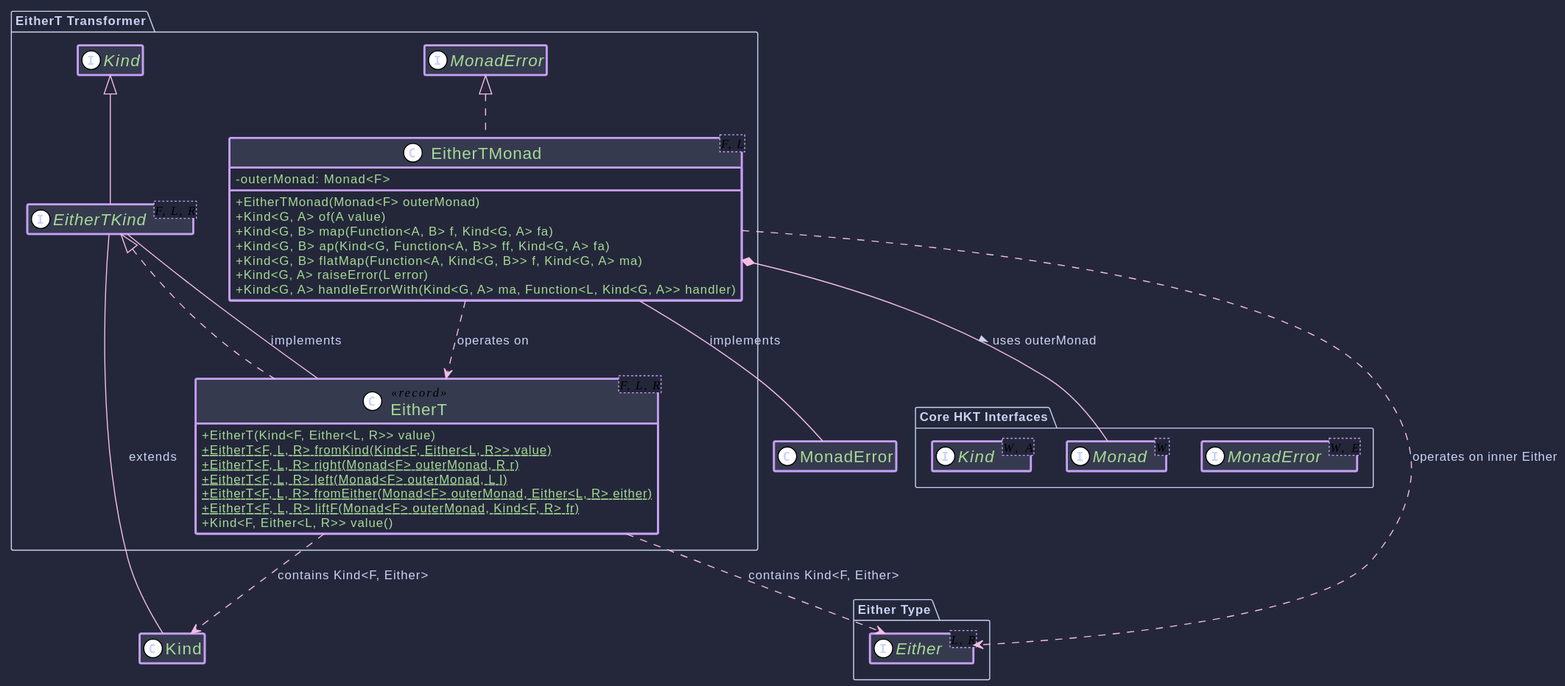
The PlantUML diagram docs/puml/eithert_transformer.svg in higher-kinded-j/higher-kinded-j, before a commit. Its diagram source:
```plantuml
@startuml
!theme plain
!include https://raw.githubusercontent.com/ncosta-ic/catppuccin-macchiato-plantuml-theme/main/theme.puml
skinparam classAttributeIconSize 0
skinparam defaultFontName "Roboto, Helvetica"
hide empty members

package "Core HKT Interfaces" {
    interface Kind<W, A>
    interface Monad<W>
    interface MonadError<W, E>
}

package "Either Type" {
     interface Either<L, R>
}

package "EitherT Transformer" {
    interface EitherTKind<F, L, R> extends Kind<EitherTKind<F, L, ?>, R> {
    }

    class EitherT<F, L, R> <<record>> implements EitherTKind<F, L, R> {
     + EitherT(Kind<F, Either<L, R>> value)
        + {static} EitherT<F, L, R> fromKind(Kind<F, Either<L, R>> value)
        + {static} EitherT<F, L, R> right(Monad<F> outerMonad, R r)
        + {static} EitherT<F, L, R> left(Monad<F> outerMonad, L l)
        + {static} EitherT<F, L, R> fromEither(Monad<F> outerMonad, Either<L, R> either)
        + {static} EitherT<F, L, R> liftF(Monad<F> outerMonad, Kind<F, R> fr)
        + Kind<F, Either<L, R>> value()
    }

    class EitherTMonad<F, L> implements MonadError<EitherTKind<F, L, ?>, L> {
        - outerMonad: Monad<F>
        + EitherTMonad(Monad<F> outerMonad)
        + Kind<G, A> of(A value)
        + Kind<G, B> map(Function<A, B> f, Kind<G, A> fa)
        + Kind<G, B> ap(Kind<G, Function<A, B>> ff, Kind<G, A> fa)
        + Kind<G, B> flatMap(Function<A, Kind<G, B>> f, Kind<G, A> ma)
        + Kind<G, A> raiseError(L error)
        + Kind<G, A> handleErrorWith(Kind<G, A> ma, Function<L, Kind<G, A>> handler)
    }
}


EitherTKind -- Kind : extends
EitherT -- EitherTKind : implements
EitherTMonad -- MonadError : implements

EitherTMonad *-- Monad : uses outerMonad >
EitherT ..> Kind : contains Kind<F, Either>
EitherT ..> Either : contains Kind<F, Either>
EitherTMonad ..> EitherT : operates on
EitherTMonad ..> Either : operates on inner Either
@enduml
```
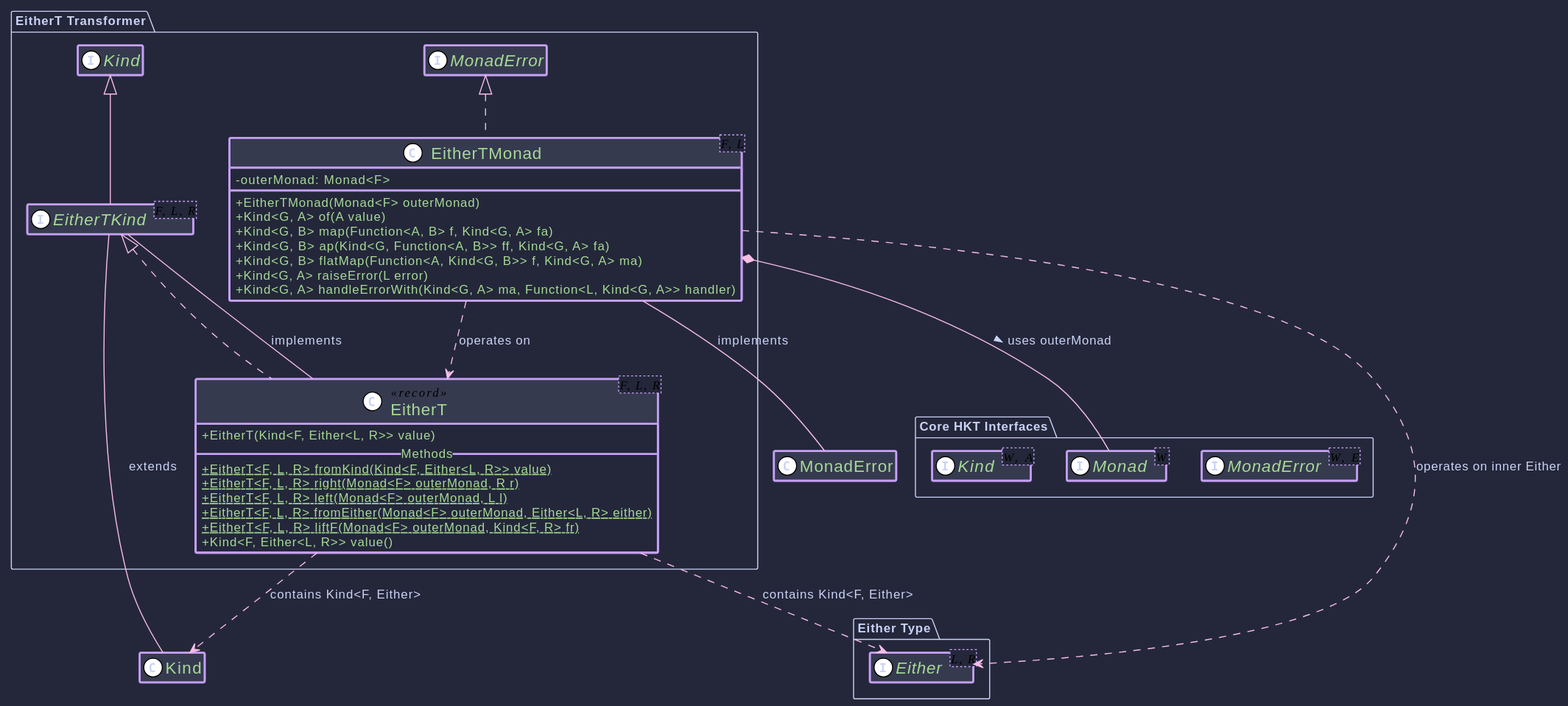
After the change.

Change to the diagram source:
```diff
@@ -20,7 +20,8 @@
     }
 
     class EitherT<F, L, R> <<record>> implements EitherTKind<F, L, R> {
-     + EitherT(Kind<F, Either<L, R>> value)
+        + EitherT(Kind<F, Either<L, R>> value)
+        __ Methods __
         + {static} EitherT<F, L, R> fromKind(Kind<F, Either<L, R>> value)
         + {static} EitherT<F, L, R> right(Monad<F> outerMonad, R r)
         + {static} EitherT<F, L, R> left(Monad<F> outerMonad, L l)
```
